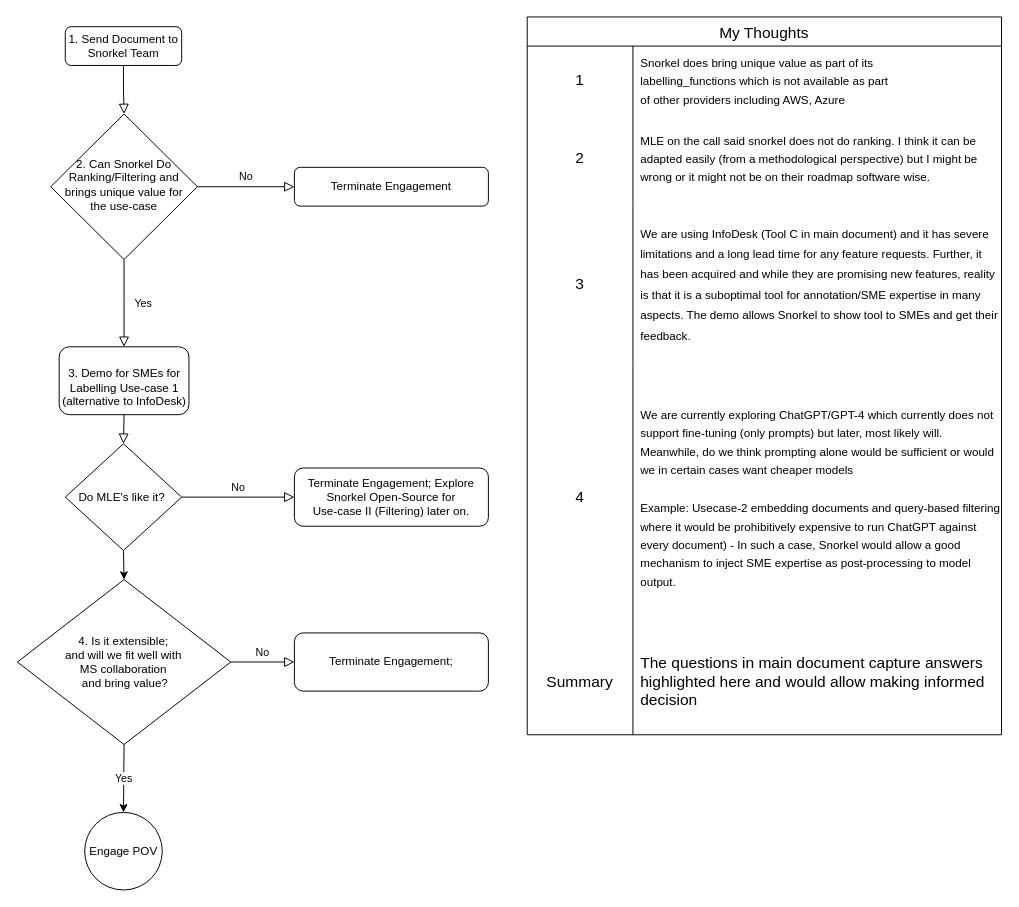
vjethava/drawnn keeps this draw.io diagram as Untitled Diagram.drawio. Above is the earlier version. Source tidied: cells renumbered, new cells numbered last; positions are measured from the earlier drawing's top-left corner, leaving out a move shared by most shapes. Both pictures are drawn from the tidied source at 97%, with x=0, y=0 at pixel (16, 16).
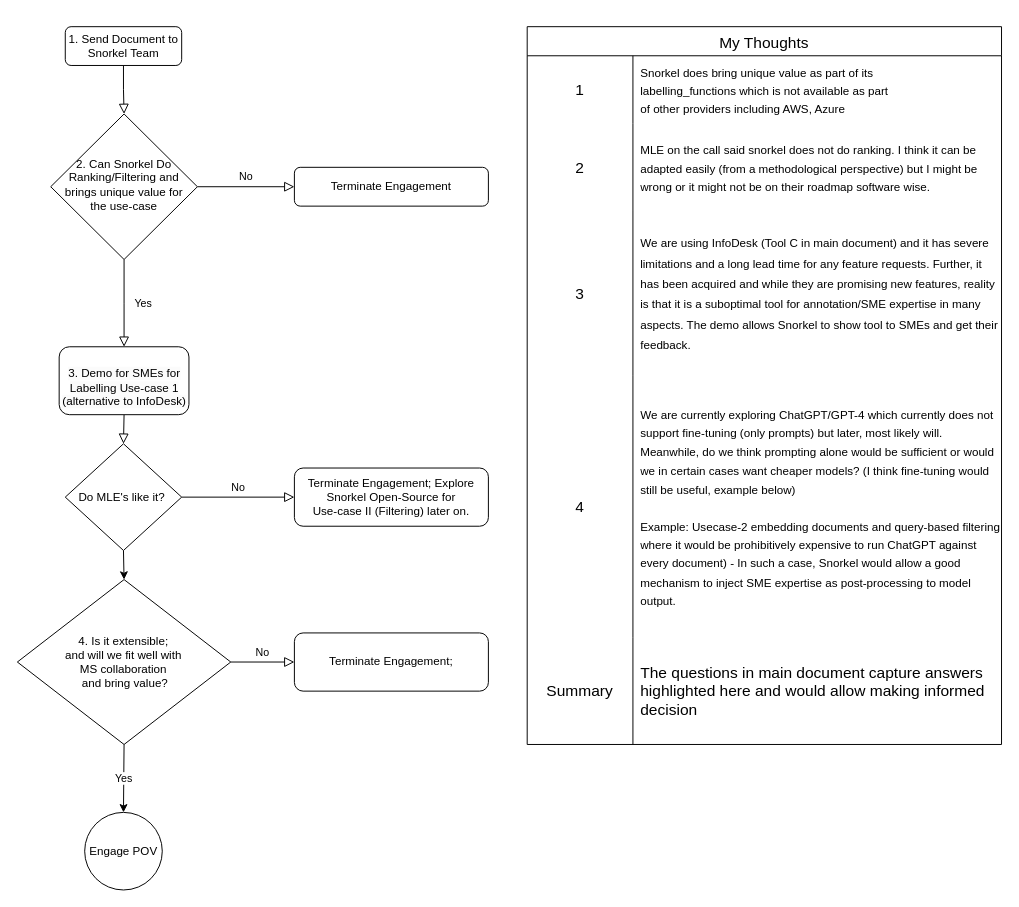
The same diagram, later.

The change refers to these unchanged cells:
```xml
<mxCell id="20" style="shape=tableRow;horizontal=0;startSize=0;swimlaneHead=0;swimlaneBody=0;top=0;left=0;bottom=0;right=0;fillColor=none;strokeColor=inherit;fontSize=16;" parent="10" vertex="1">
  <mxGeometry y="360" width="489" height="270" as="geometry" />
</mxCell>
```

The edit, as a diff of the source:
```diff
@@
     <mxCell id="10" value="My Thoughts" style="shape=table;startSize=30;childLayout=tableLayout;rowLines=0;fontStyle=0;strokeColor=default;fontSize=16;" parent="1" vertex="1">
-      <mxGeometry x="526" width="489" height="740" as="geometry" />
+      <mxGeometry x="526" y="10" width="489" height="740" as="geometry" />
     </mxCell>
@@
-    <mxCell id="22" value="&lt;font style=&quot;font-size: 12px;&quot;&gt;We are currently exploring ChatGPT/GPT-4 which currently does not support fine-tuning (only prompts) but later, most likely will.&amp;nbsp; Meanwhile, do we think prompting alone would be sufficient or would we in certain cases want cheaper models &lt;br&gt;&lt;br&gt;Example: Usecase-2 embedding documents and query-based filtering where it would be prohibitively expensive to run ChatGPT against every document) - In such a case, Snorkel would allow a good mechanism to inject SME expertise as post-processing to model output.&lt;/font&gt;" style="shape=partialRectangle;html=1;whiteSpace=wrap;fillColor=none;top=0;left=0;bottom=0;right=0;align=left;spacingLeft=6;overflow=hidden;strokeColor=inherit;fontSize=16;" parent="20" vertex="1">
+    <mxCell id="22" value="&lt;font style=&quot;font-size: 12px;&quot;&gt;We are currently exploring ChatGPT/GPT-4 which currently does not support fine-tuning (only prompts) but later, most likely will.&amp;nbsp; Meanwhile, do we think prompting alone would be sufficient or would we in certain cases want cheaper models? (I think fine-tuning would still be useful, example below)&lt;br&gt;&lt;br&gt;Example: Usecase-2 embedding documents and query-based filtering where it would be prohibitively expensive to run ChatGPT against every document) - In such a case, Snorkel would allow a good mechanism to inject SME expertise as post-processing to model output.&lt;/font&gt;" style="shape=partialRectangle;html=1;whiteSpace=wrap;fillColor=none;top=0;left=0;bottom=0;right=0;align=left;spacingLeft=6;overflow=hidden;strokeColor=inherit;fontSize=16;" parent="20" vertex="1">
       <mxGeometry x="109" width="380" height="270" as="geometry" />
     </mxCell>
```
